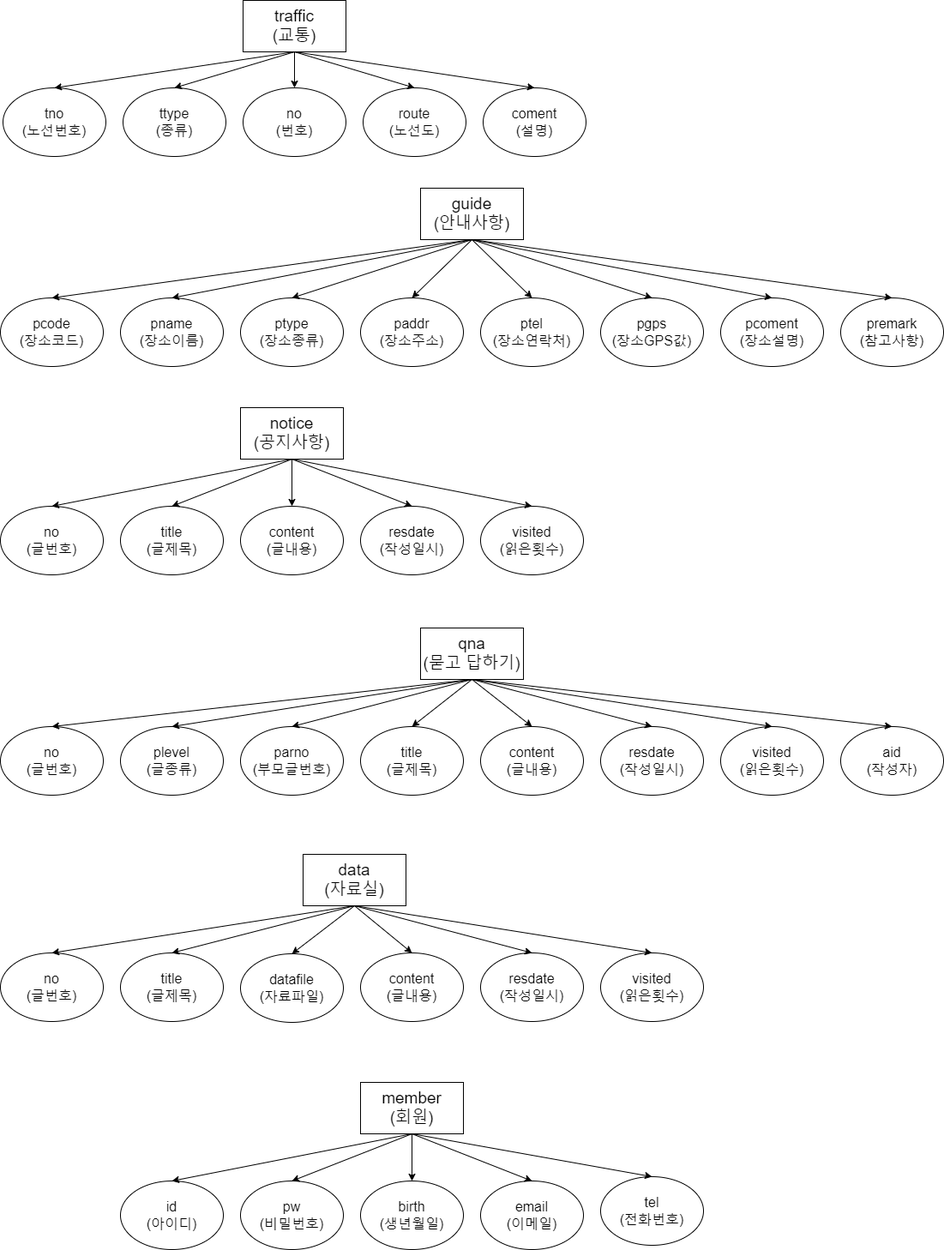
Before: design/info_erd.png, a diagram exported from draw.io (joon14/NB_pro01). Source tidied: cells renumbered, new cells last; positions are measured from the earlier drawing's top-left corner, leaving out a move shared by most shapes.
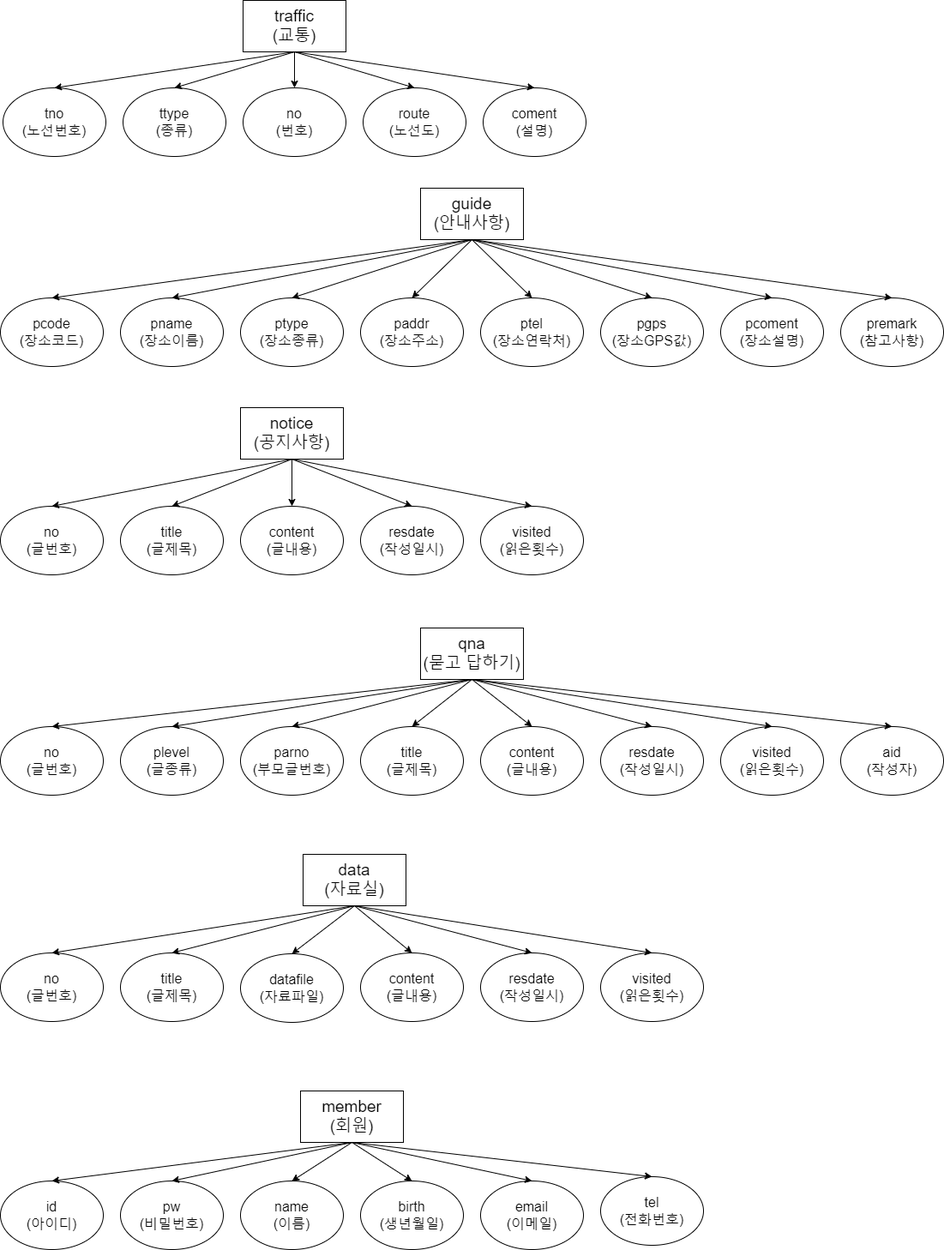
Later version of the same file.

Change to the diagram source:
```diff
@@ -206,13 +206,13 @@
       <mxGeometry relative="1" as="geometry" />
     </mxCell>
     <mxCell id="69" value="&lt;span style=&quot;font-size: 19px;&quot;&gt;member&lt;/span&gt;&lt;br&gt;&lt;div style=&quot;font-size: 19px;&quot;&gt;&lt;font style=&quot;font-size: 19px;&quot;&gt;(회원)&lt;/font&gt;&lt;/div&gt;" style="rounded=0;whiteSpace=wrap;html=1;" parent="1" vertex="1">
-      <mxGeometry x="420" y="1262" width="120" height="60" as="geometry" />
+      <mxGeometry x="350" y="1272" width="120" height="60" as="geometry" />
     </mxCell>
     <mxCell id="70" value="&lt;span style=&quot;font-size: 16px;&quot;&gt;id&lt;/span&gt;&lt;br&gt;&lt;div style=&quot;font-size: 16px;&quot;&gt;&lt;font style=&quot;font-size: 16px;&quot;&gt;(아이디)&lt;/font&gt;&lt;/div&gt;" style="ellipse;whiteSpace=wrap;html=1;" parent="1" vertex="1">
-      <mxGeometry x="140" y="1377" width="120" height="80" as="geometry" />
+      <mxGeometry y="1377" width="120" height="80" as="geometry" />
     </mxCell>
     <mxCell id="71" value="&lt;span style=&quot;font-size: 16px;&quot;&gt;pw&lt;/span&gt;&lt;br&gt;&lt;div style=&quot;font-size: 16px;&quot;&gt;&lt;font style=&quot;font-size: 16px;&quot;&gt;(비밀번호)&lt;/font&gt;&lt;/div&gt;" style="ellipse;whiteSpace=wrap;html=1;" parent="1" vertex="1">
-      <mxGeometry x="280" y="1377" width="120" height="80" as="geometry" />
+      <mxGeometry x="140" y="1377" width="120" height="80" as="geometry" />
     </mxCell>
     <mxCell id="72" value="&lt;span style=&quot;font-size: 16px;&quot;&gt;email&lt;/span&gt;&lt;br&gt;&lt;div style=&quot;font-size: 16px;&quot;&gt;&lt;font style=&quot;font-size: 16px;&quot;&gt;(이메일)&lt;/font&gt;&lt;/div&gt;" style="ellipse;whiteSpace=wrap;html=1;" parent="1" vertex="1">
       <mxGeometry x="560" y="1377" width="120" height="80" as="geometry" />
@@ -244,5 +244,11 @@
     <mxCell id="81" style="endArrow=classic;html=1;rounded=0;entryX=0.5;entryY=0;entryDx=0;entryDy=0;exitX=0.5;exitY=1;exitDx=0;exitDy=0;" parent="1" edge="1" source="69" target="80">
       <mxGeometry relative="1" as="geometry" />
     </mxCell>
+    <mxCell id="82" value="&lt;span style=&quot;font-size: 16px;&quot;&gt;name&lt;/span&gt;&lt;br&gt;&lt;div style=&quot;font-size: 16px;&quot;&gt;&lt;font style=&quot;font-size: 16px;&quot;&gt;(이름)&lt;/font&gt;&lt;/div&gt;" style="ellipse;whiteSpace=wrap;html=1;" parent="1" vertex="1">
+      <mxGeometry x="280" y="1377" width="120" height="80" as="geometry" />
+    </mxCell>
+    <mxCell id="83" style="endArrow=classic;html=1;rounded=0;entryX=0.5;entryY=0;entryDx=0;entryDy=0;exitX=0.5;exitY=1;exitDx=0;exitDy=0;" parent="1" edge="1" source="69" target="82">
+      <mxGeometry relative="1" as="geometry" />
+    </mxCell>
   </root>
 </mxGraphModel>
```
